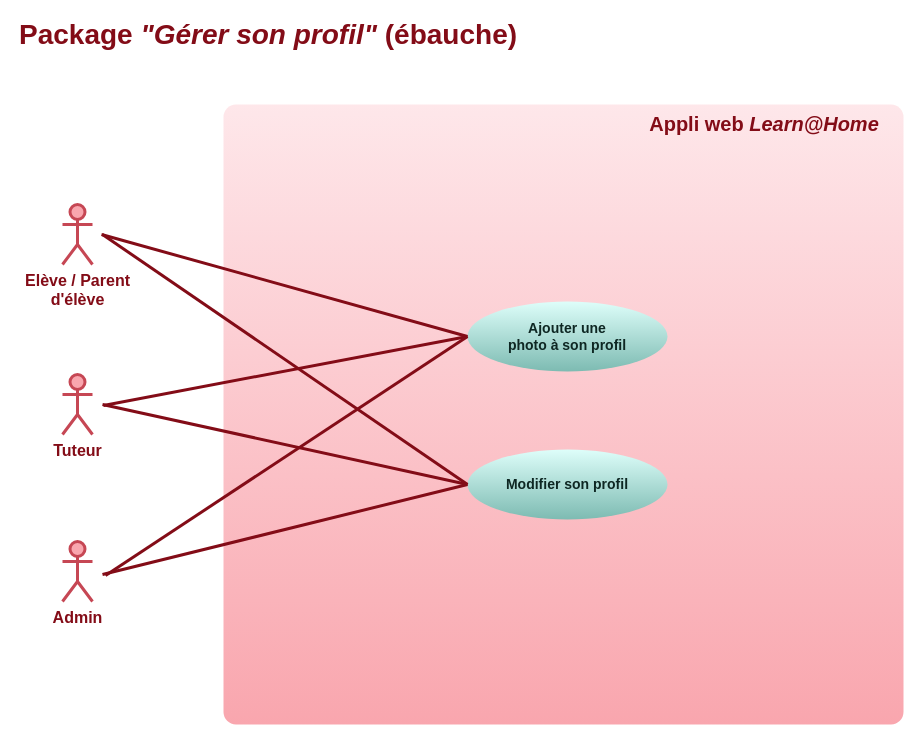
Above: doc/use-cases-manage-profile.drawio in logic-fabric/LoicMangin_10_01052021 (draw.io), before the change. Source tidied: cells renumbered, new cells numbered last; positions are measured from the earlier drawing's top-left corner, leaving out a move shared by most shapes. Both pictures are drawn from the tidied source at 100%, with x=0, y=0 at pixel (17, 24).
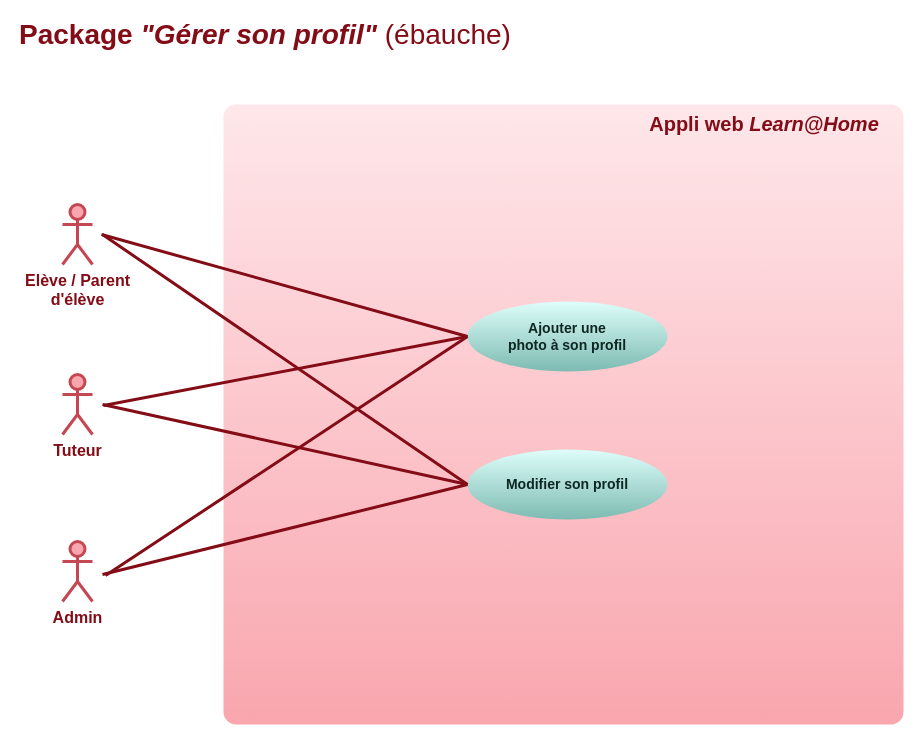
After the change.

Commit message (it also covers changes not shown here):
doc: add use cases diagram for dashboard

What changed in the source:
```diff
@@
 <mxGraphModel background="#ffffff">
   <root>
     <mxCell id="0" />
     <mxCell id="1" parent="0" />
     <mxCell id="2" value="&lt;font style=&quot;font-size: 16px&quot;&gt;Elève / Parent &lt;br&gt;d'élève&lt;/font&gt;" style="shape=umlActor;verticalLabelPosition=bottom;verticalAlign=top;html=1;strokeWidth=3;strokeColor=#C64754;fillColor=#f9a6ae;fontColor=#830C17;fontStyle=1;" parent="1" vertex="1">
       <mxGeometry x="45" y="180" width="30" height="60" as="geometry" />
     </mxCell>
-    <mxCell id="3" value="&lt;font size=&quot;1&quot; color=&quot;#830c17&quot;&gt;&lt;b style=&quot;font-size: 28px&quot;&gt;Package &lt;i&gt;&quot;Gérer son profil&quot;&lt;/i&gt; (ébauche)&lt;/b&gt;&lt;/font&gt;" style="text;html=1;strokeColor=none;fillColor=none;align=left;verticalAlign=middle;whiteSpace=wrap;rounded=0;fontColor=#660000;" parent="1" vertex="1">
+    <mxCell id="3" value="&lt;font size=&quot;1&quot; color=&quot;#830c17&quot;&gt;&lt;span style=&quot;font-size: 28px&quot;&gt;&lt;b&gt;Package &lt;/b&gt;&lt;i style=&quot;font-weight: bold&quot;&gt;&quot;Gérer son profil&quot;&lt;/i&gt; (ébauche)&lt;/span&gt;&lt;/font&gt;" style="text;html=1;strokeColor=none;fillColor=none;align=left;verticalAlign=middle;whiteSpace=wrap;rounded=0;fontColor=#660000;" parent="1" vertex="1">
       <mxGeometry width="502" height="20" as="geometry" />
     </mxCell>
     <mxCell id="4" style="rounded=1;whiteSpace=wrap;html=1;fontColor=#660000;strokeWidth=3;strokeColor=none;fillColor=#F9A6AE;gradientColor=#fee7ea;gradientDirection=north;arcSize=2;" parent="1" vertex="1">
       <mxGeometry x="206" y="80" width="680" height="620" as="geometry" />
     </mxCell>
     <mxCell id="5" value="&lt;font style=&quot;font-size: 16px&quot;&gt;Admin&lt;/font&gt;" style="shape=umlActor;verticalLabelPosition=bottom;verticalAlign=top;html=1;strokeWidth=3;strokeColor=#C64754;fillColor=#f9a6ae;fontColor=#830C17;fontStyle=1;" parent="1" vertex="1">
       <mxGeometry x="45" y="517" width="30" height="60" as="geometry" />
     </mxCell>
     <mxCell id="6" value="&lt;font style=&quot;font-size: 16px&quot;&gt;Tuteur&lt;br&gt;&lt;/font&gt;" style="shape=umlActor;verticalLabelPosition=bottom;verticalAlign=top;html=1;strokeWidth=3;strokeColor=#C64754;fillColor=#f9a6ae;fontColor=#830C17;fontStyle=1;" parent="1" vertex="1">
       <mxGeometry x="45" y="350" width="30" height="60" as="geometry" />
     </mxCell>
     <mxCell id="7" value="&lt;font color=&quot;#830c17&quot;&gt;&lt;span style=&quot;font-size: 20px&quot;&gt;&lt;b&gt;Appli web&lt;i&gt; Learn@Home&lt;/i&gt;&lt;/b&gt;&lt;/span&gt;&lt;/font&gt;" style="text;html=1;strokeColor=none;fillColor=none;align=center;verticalAlign=middle;whiteSpace=wrap;rounded=0;fontColor=#660000;" parent="1" vertex="1">
       <mxGeometry x="622" y="89" width="250" height="20" as="geometry" />
     </mxCell>
     <mxCell id="8" value="&lt;font&gt;&lt;b&gt;&lt;font style=&quot;font-size: 14px&quot;&gt;Modifier son profil&lt;/font&gt;&lt;br&gt;&lt;/b&gt;&lt;/font&gt;" style="ellipse;whiteSpace=wrap;html=1;rounded=1;strokeWidth=3;fontColor=#0e2723;strokeColor=none;fillColor=#defefa;gradientColor=#7dbbb2;" parent="1" vertex="1">
       <mxGeometry x="450" y="425" width="200" height="70" as="geometry" />
     </mxCell>
     <mxCell id="9" style="endArrow=none;html=1;fontColor=#0e2723;strokeWidth=3;strokeColor=#830C17;exitX=0;exitY=0.5;exitDx=0;exitDy=0;" parent="1" edge="1" source="8">
       <mxGeometry relative="1" as="geometry">
         <mxPoint x="85" y="210" as="targetPoint" />
       </mxGeometry>
     </mxCell>
     <mxCell id="10" style="endArrow=none;html=1;fontColor=#0e2723;strokeWidth=3;strokeColor=#830C17;exitX=0;exitY=0.5;exitDx=0;exitDy=0;" parent="1" edge="1" source="8">
       <mxGeometry relative="1" as="geometry">
         <mxPoint x="85" y="380" as="targetPoint" />
       </mxGeometry>
     </mxCell>
     <mxCell id="11" style="endArrow=none;html=1;fontColor=#0e2723;strokeWidth=3;strokeColor=#830C17;exitX=0;exitY=0.5;exitDx=0;exitDy=0;" parent="1" edge="1" source="8">
       <mxGeometry relative="1" as="geometry">
         <mxPoint x="85" y="550" as="targetPoint" />
       </mxGeometry>
     </mxCell>
     <mxCell id="12" value="&lt;font style=&quot;font-size: 14px&quot;&gt;&lt;b&gt;Ajouter une &lt;br&gt;photo à son profil&lt;br&gt;&lt;/b&gt;&lt;/font&gt;" style="ellipse;whiteSpace=wrap;html=1;rounded=1;strokeWidth=3;fontColor=#0e2723;strokeColor=none;fillColor=#defefa;gradientColor=#7dbbb2;" parent="1" vertex="1">
       <mxGeometry x="450" y="277" width="200" height="70" as="geometry" />
     </mxCell>
     <mxCell id="13" style="endArrow=none;html=1;fontColor=#0e2723;strokeWidth=3;strokeColor=#830C17;exitX=0;exitY=0.5;exitDx=0;exitDy=0;" parent="1" edge="1" source="12">
       <mxGeometry relative="1" as="geometry">
         <mxPoint x="84" y="210" as="targetPoint" />
       </mxGeometry>
     </mxCell>
     <mxCell id="14" style="endArrow=none;html=1;fontColor=#0e2723;strokeWidth=3;strokeColor=#830C17;exitX=0;exitY=0.5;exitDx=0;exitDy=0;" parent="1" edge="1" source="12">
       <mxGeometry relative="1" as="geometry">
         <mxPoint x="86" y="381" as="targetPoint" />
       </mxGeometry>
     </mxCell>
     <mxCell id="15" style="endArrow=none;html=1;fontColor=#0e2723;strokeWidth=3;strokeColor=#830C17;exitX=0;exitY=0.5;exitDx=0;exitDy=0;" parent="1" edge="1" source="12">
       <mxGeometry relative="1" as="geometry">
         <mxPoint x="88" y="551" as="targetPoint" />
       </mxGeometry>
     </mxCell>
   </root>
 </mxGraphModel>
```
